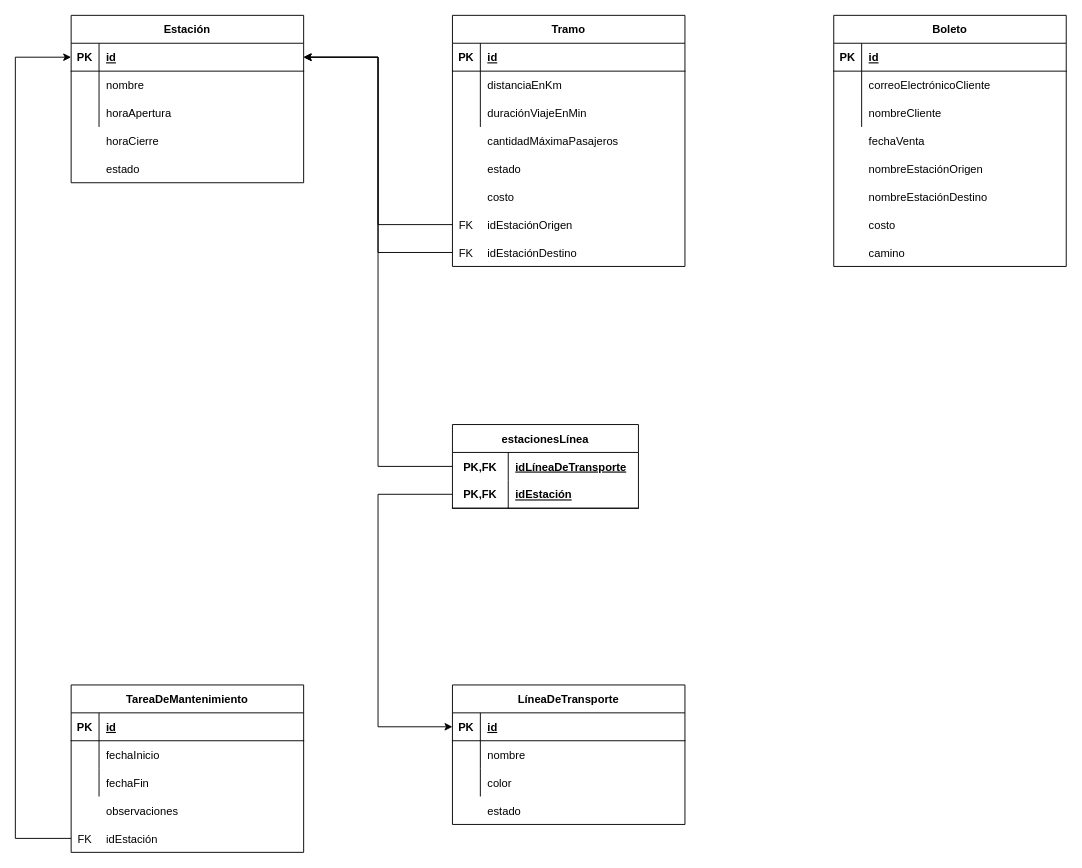
agustinfornasiero/TPIntegradorDIED keeps this draw.io diagram as DT.drawio. Above is the earlier version. Source tidied: cells renumbered, new cells numbered last; positions are measured from the earlier drawing's top-left corner, leaving out a move shared by most shapes. Both pictures are drawn from the tidied source at 93%, with x=0, y=0 at pixel (15, 15).
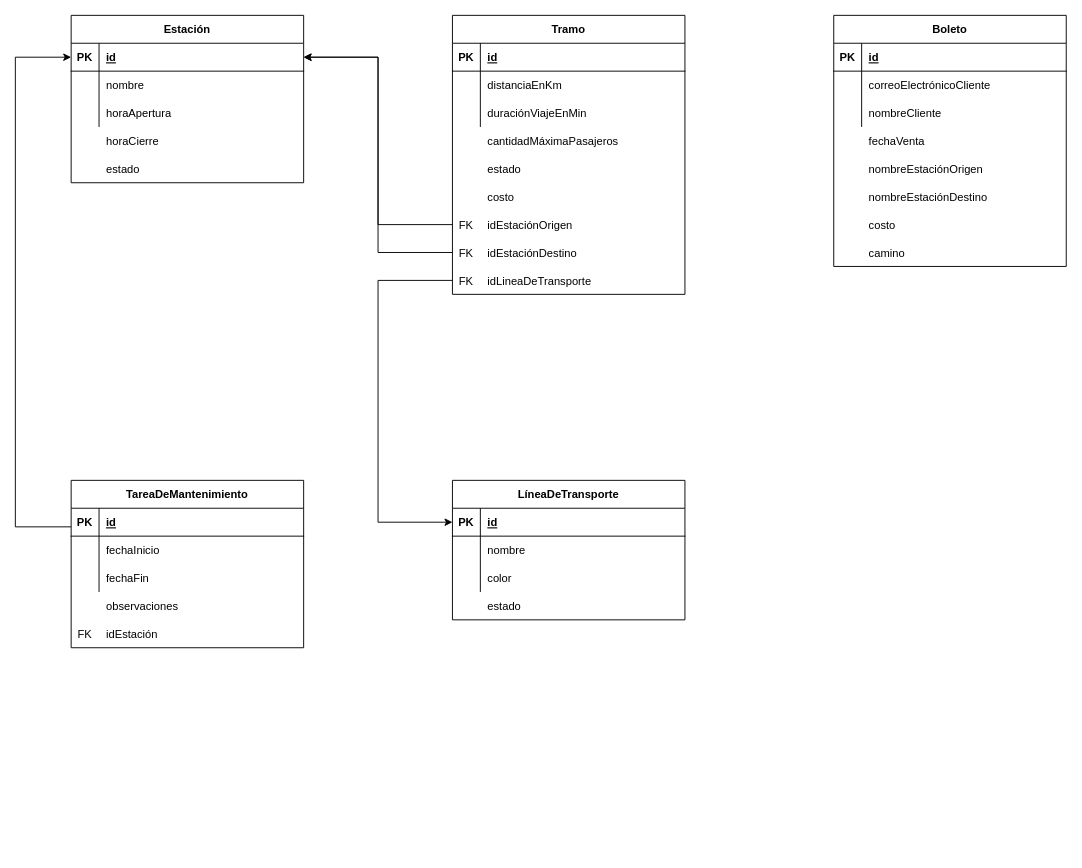
After the change.

Unchanged cells that the change refers to:
```xml
<mxCell id="3" style="shape=partialRectangle;fillColor=none;points=[[0,0.5],[1,0.5]];portConstraint=eastwest;top=0;left=0;right=0;bottom=1;" parent="2" vertex="1">
  <mxGeometry y="30" width="250" height="30" as="geometry" />
</mxCell>
<mxCell id="70" style="shape=partialRectangle;fillColor=none;points=[[0,0.5],[1,0.5]];portConstraint=eastwest;top=0;left=0;right=0;bottom=1;" parent="69" vertex="1">
  <mxGeometry y="30" width="250" height="30" as="geometry" />
</mxCell>
<mxCell id="88" style="shape=partialRectangle;fillColor=none;points=[[0,0.5],[1,0.5]];portConstraint=eastwest;top=0;left=0;right=0;bottom=1;" parent="87" vertex="1">
  <mxGeometry y="30" width="250" height="30" as="geometry" />
</mxCell>
```

Diff of the diagram source:
```diff
@@
     <mxCell id="18" value="Tramo" style="shape=table;startSize=30;childLayout=tableLayout;rowLines=0;fontStyle=1;align=center;" parent="1" vertex="1">
-      <mxGeometry x="470" width="250" height="270" as="geometry" />
+      <mxGeometry x="470" width="250" height="300" as="geometry" />
     </mxCell>
@@
     <mxCell id="69" value="TareaDeMantenimiento" style="shape=table;startSize=30;childLayout=tableLayout;rowLines=0;fontStyle=1;align=center;" parent="1" vertex="1">
-      <mxGeometry x="60" y="720" width="250" height="180" as="geometry" />
+      <mxGeometry x="60" y="500" width="250" height="180" as="geometry" />
     </mxCell>
@@
     <mxCell id="79" style="shape=partialRectangle;fillColor=none;top=0;left=0;right=0;bottom=0;" parent="1" vertex="1">
-      <mxGeometry x="60" y="840" width="250" height="30" as="geometry" />
+      <mxGeometry x="60" y="620" width="250" height="30" as="geometry" />
     </mxCell>
@@
-    <mxCell id="82" style="edgeStyle=orthogonalEdgeStyle;rounded=0;jettySize=auto;html=1;" parent="1" edge="1" source="83" target="3">
+    <mxCell id="82" style="edgeStyle=orthogonalEdgeStyle;rounded=0;jettySize=auto;html=1;" parent="1" edge="1" source="70" target="3">
       <mxGeometry relative="1" as="geometry">
         <Array as="points">
-          <mxPoint y="885" />
+          <mxPoint y="550" />
           <mxPoint y="45" />
         </Array>
       </mxGeometry>
     </mxCell>
     <mxCell id="83" style="shape=partialRectangle;fillColor=none;points=[[0,0.5],[1,0.5]];portConstraint=eastwest;top=0;left=0;right=0;bottom=0;" parent="1" vertex="1">
-      <mxGeometry x="60" y="870" width="250" height="30" as="geometry" />
+      <mxGeometry x="60" y="650" width="250" height="30" as="geometry" />
     </mxCell>
@@
     <mxCell id="86" value="FK" style="shape=partialRectangle;overflow=hidden;fillColor=none;top=0;left=0;bottom=0;right=0;" parent="1" vertex="1">
-      <mxGeometry x="60" y="870" width="30" height="30" as="geometry" />
+      <mxGeometry x="60" y="650" width="30" height="30" as="geometry" />
     </mxCell>
     <mxCell id="87" value="LíneaDeTransporte" style="shape=table;startSize=30;childLayout=tableLayout;rowLines=0;fontStyle=1;align=center;" parent="1" vertex="1">
-      <mxGeometry x="470" y="720" width="250" height="150" as="geometry" />
+      <mxGeometry x="470" y="500" width="250" height="150" as="geometry" />
     </mxCell>
@@
     <mxCell id="97" style="shape=partialRectangle;fillColor=none;top=0;left=0;right=0;bottom=0;" parent="1" vertex="1">
-      <mxGeometry x="470" y="840" width="250" height="30" as="geometry" />
+      <mxGeometry x="470" y="620" width="250" height="30" as="geometry" />
     </mxCell>
@@
-    <mxCell id="100" value="estacionesLínea" style="shape=table;startSize=30;childLayout=tableLayout;rowLines=0;fontStyle=1;align=center;" parent="1" vertex="1">
-      <mxGeometry x="470" y="440" width="200" height="90" as="geometry" />
-    </mxCell>
-    <mxCell id="101" style="shape=partialRectangle;fillColor=none;top=0;left=0;bottom=0;right=0;points=[[0,0.5],[1,0.5]];portConstraint=eastwest;" parent="100" vertex="1">
-      <mxGeometry y="30" width="200" height="30" as="geometry" />
-    </mxCell>
-    <mxCell id="102" value="PK,FK" style="shape=partialRectangle;fillColor=none;top=0;left=0;bottom=0;right=0;fontStyle=1;overflow=hidden;" parent="101" vertex="1">
-      <mxGeometry width="60" height="30" as="geometry" />
-    </mxCell>
-    <mxCell id="103" value="idLíneaDeTransporte" style="shape=partialRectangle;fillColor=none;top=0;left=0;bottom=0;right=0;align=left;spacingLeft=6;fontStyle=5;overflow=hidden;" parent="101" vertex="1">
-      <mxGeometry x="60" width="140" height="30" as="geometry" />
-    </mxCell>
-    <mxCell id="104" style="shape=partialRectangle;fillColor=none;top=0;left=0;bottom=1;right=0;points=[[0,0.5],[1,0.5]];portConstraint=eastwest;" parent="100" vertex="1">
-      <mxGeometry y="60" width="200" height="30" as="geometry" />
-    </mxCell>
-    <mxCell id="105" value="PK,FK" style="shape=partialRectangle;fillColor=none;top=0;left=0;bottom=0;right=0;fontStyle=1;overflow=hidden;" parent="104" vertex="1">
-      <mxGeometry width="60" height="30" as="geometry" />
-    </mxCell>
-    <mxCell id="106" value="idEstación" style="shape=partialRectangle;fillColor=none;top=0;left=0;bottom=0;right=0;align=left;spacingLeft=6;fontStyle=5;overflow=hidden;" parent="104" vertex="1">
-      <mxGeometry x="60" width="140" height="30" as="geometry" />
-    </mxCell>
-    <mxCell id="107" style="edgeStyle=orthogonalEdgeStyle;rounded=0;jettySize=auto;html=1;" parent="1" edge="1" source="104" target="88">
-      <mxGeometry relative="1" as="geometry">
-        <Array as="points">
-          <mxPoint x="390" y="515" />
-          <mxPoint x="390" y="765" />
-        </Array>
-      </mxGeometry>
-    </mxCell>
-    <mxCell id="108" style="edgeStyle=orthogonalEdgeStyle;rounded=0;jettySize=auto;html=1;" parent="1" edge="1" source="101" target="3">
-      <mxGeometry relative="1" as="geometry">
-        <Array as="points">
-          <mxPoint x="390" y="485" />
-          <mxPoint x="390" y="45" />
-        </Array>
-      </mxGeometry>
-    </mxCell>
@@
+    <mxCell id="110" style="edgeStyle=orthogonalEdgeStyle;rounded=0;jettySize=auto;html=1;" parent="1" edge="1" source="111" target="88">
+      <mxGeometry relative="1" as="geometry">
+        <Array as="points">
+          <mxPoint x="390" y="285" />
+          <mxPoint x="390" y="545" />
+        </Array>
+      </mxGeometry>
+    </mxCell>
+    <mxCell id="111" style="shape=partialRectangle;fillColor=none;points=[[0,0.5],[1,0.5]];portConstraint=eastwest;top=0;left=0;right=0;bottom=0;" parent="1" vertex="1">
+      <mxGeometry x="470" y="270" width="250" height="30" as="geometry" />
+    </mxCell>
+    <mxCell id="112" style="shape=partialRectangle;overflow=hidden;fillColor=none;top=0;left=0;bottom=0;right=0;" parent="111" vertex="1">
+      <mxGeometry width="30" height="30" as="geometry" />
+    </mxCell>
+    <mxCell id="113" value="idLineaDeTransporte" style="shape=partialRectangle;overflow=hidden;fillColor=none;top=0;left=0;bottom=0;right=0;align=left;spacingLeft=6;" parent="111" vertex="1">
+      <mxGeometry x="30" width="220" height="30" as="geometry" />
+    </mxCell>
+    <mxCell id="114" value="FK" style="shape=partialRectangle;overflow=hidden;fillColor=none;top=0;left=0;bottom=0;right=0;" parent="1" vertex="1">
+      <mxGeometry x="470" y="270" width="30" height="30" as="geometry" />
+    </mxCell>
```
